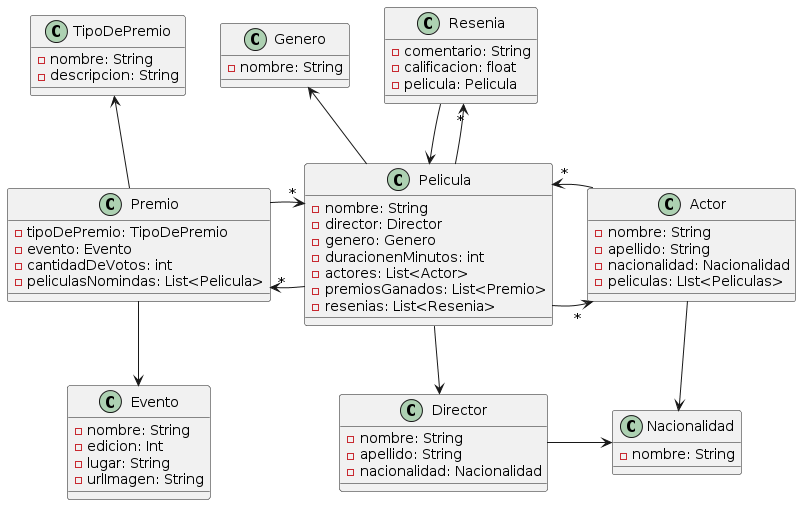
Earlier version of the PlantUML export src/main/resources/DiagramaDeClases.png (AndyTrias/festivalPeliculas).
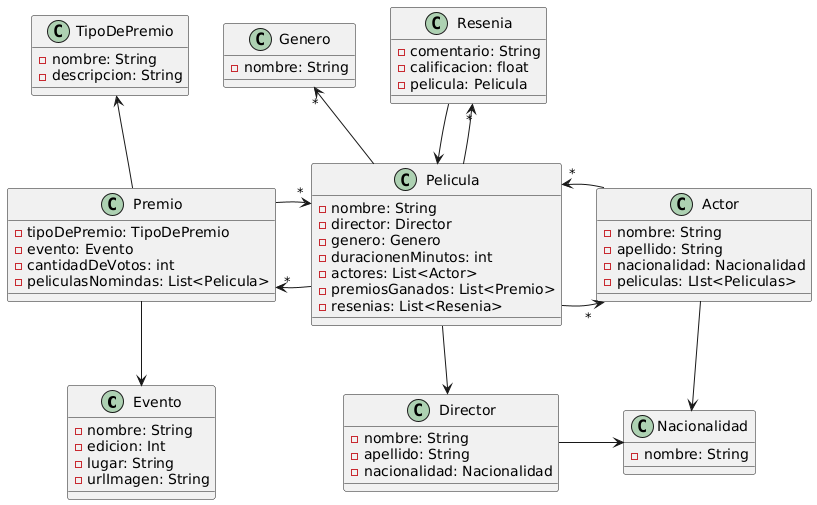
The same diagram one commit later.

Commit message:
agrego diagramas

Diff of the diagram source:
```diff
@@ -57,7 +57,7 @@
 
 Pelicula --> Director
 Pelicula -> "*" Actor
-Genero <-- Pelicula
+Genero "*" <-- Pelicula
 Director -> Nacionalidad
 Actor --> Nacionalidad
 Resenia --> Pelicula
```
